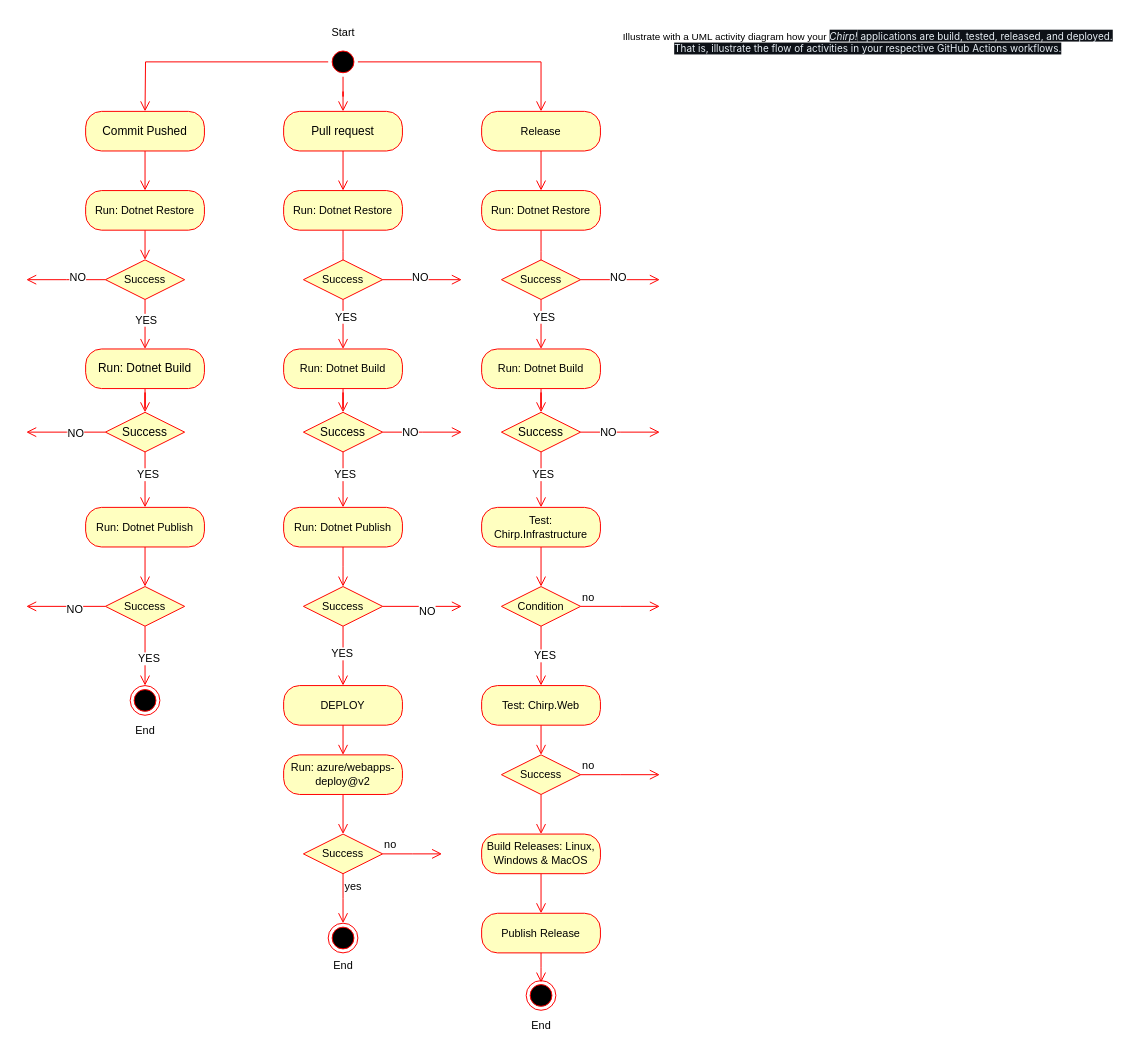
This is docs/images/BuildTestReleaseDeploy.drawio from ITU-BDSA23-GROUP22/Chirp, a draw.io file, before an edit. Source tidied: cells renumbered, new cells numbered last; positions are measured from the earlier drawing's top-left corner, leaving out a move shared by most shapes. Both pictures are drawn from the tidied source at 99%, with x=0, y=0 at pixel (26, 17).
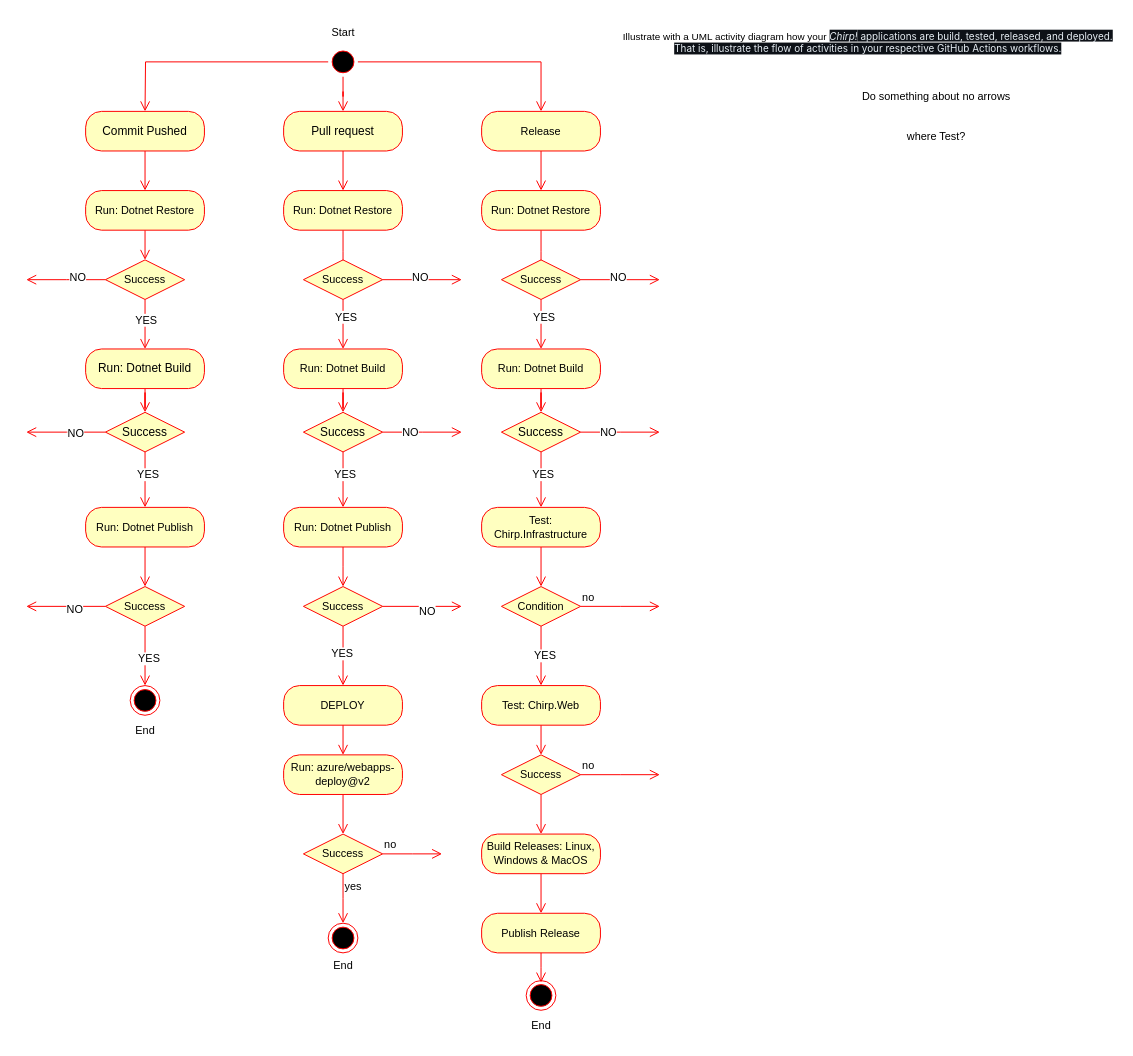
The same diagram, later.

Diff of the diagram source:
```diff
@@
+    <mxCell id="99" value="Do something about no arrows&lt;br&gt;&lt;br&gt;&lt;br&gt;where Test?" style="text;html=1;align=center;verticalAlign=middle;strokeColor=none;fillColor=none;fontSize=11;fontFamily=Helvetica;fontColor=default;" parent="1" vertex="1">
+      <mxGeometry x="835" y="67" width="168" height="65" as="geometry" />
+    </mxCell>
```
